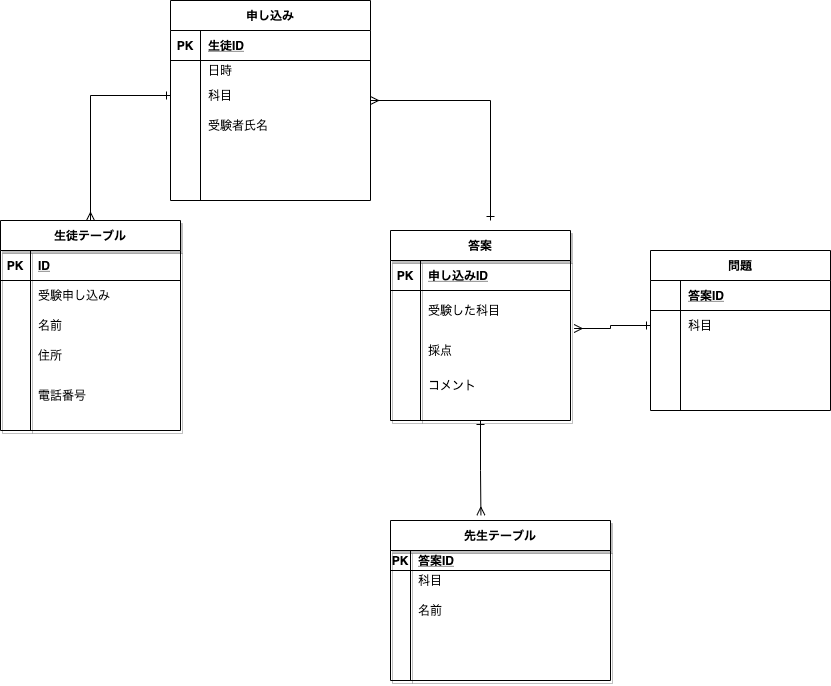
Above: indesx.drawio.png in oninopantsu/diagrams.net (draw.io), before the change. Source tidied: cells renumbered, new cells last; positions are measured from the earlier drawing's top-left corner, leaving out a move shared by most shapes.
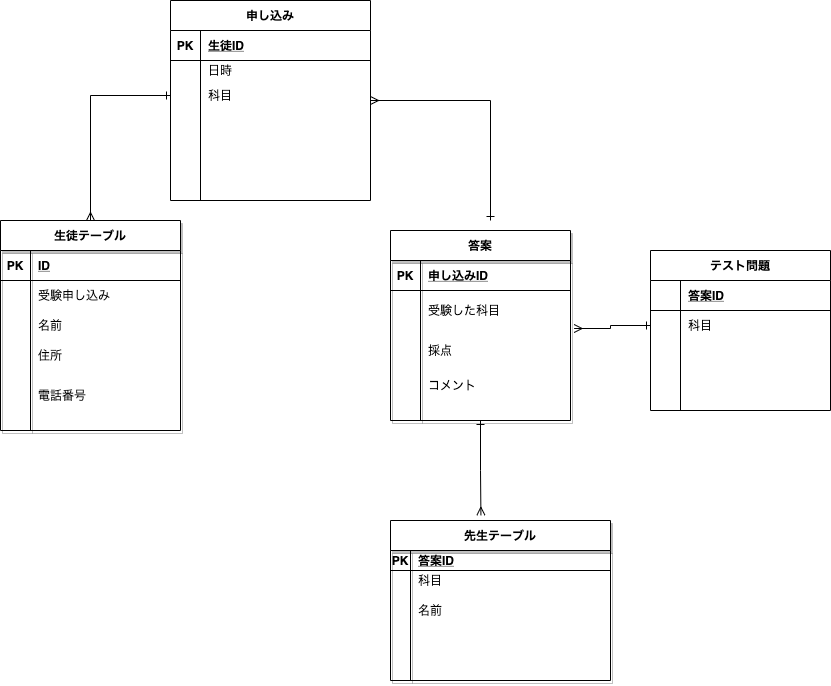
After the change.

The edit, as a diff of the source:
```diff
@@ -169,10 +169,10 @@
     <mxCell id="56" style="shape=partialRectangle;fillColor=none;top=0;left=0;bottom=0;right=0;overflow=hidden;" parent="55" vertex="1">
       <mxGeometry width="30" height="30" as="geometry" />
     </mxCell>
-    <mxCell id="57" value="受験者氏名" style="shape=partialRectangle;fillColor=none;top=0;left=0;bottom=0;right=0;align=left;spacingLeft=6;overflow=hidden;" parent="55" vertex="1">
+    <mxCell id="57" style="shape=partialRectangle;fillColor=none;top=0;left=0;bottom=0;right=0;align=left;spacingLeft=6;overflow=hidden;" parent="55" vertex="1">
       <mxGeometry x="30" width="170" height="30" as="geometry" />
     </mxCell>
-    <mxCell id="58" value="問題" style="shape=table;startSize=30;rowLines=0;fontStyle=1;align=center;" parent="1" vertex="1">
+    <mxCell id="58" value="テスト問題" style="shape=table;startSize=30;rowLines=0;fontStyle=1;align=center;" parent="1" vertex="1">
       <mxGeometry x="650" y="250" width="180" height="160" as="geometry" />
     </mxCell>
     <mxCell id="59" style="shape=partialRectangle;fillColor=none;top=0;left=0;bottom=1;right=0;" parent="58" vertex="1">
```
